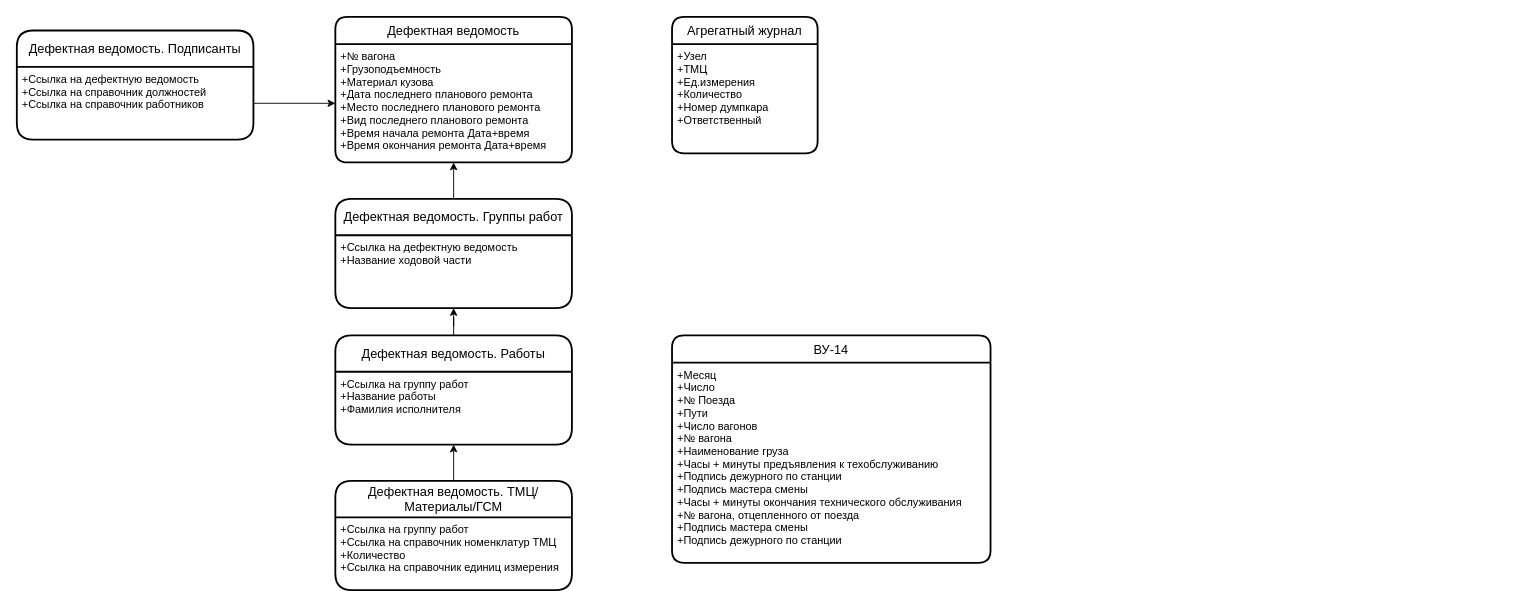
Earlier version of the draw.io diagram Сущности. АГМК.drawio (tvolodi/abitech). Source tidied: cells renumbered, new cells numbered last; positions are measured from the earlier drawing's top-left corner, leaving out a move shared by most shapes. Both pictures are drawn from the tidied source at 91%, with x=0, y=0 at pixel (16, 16).
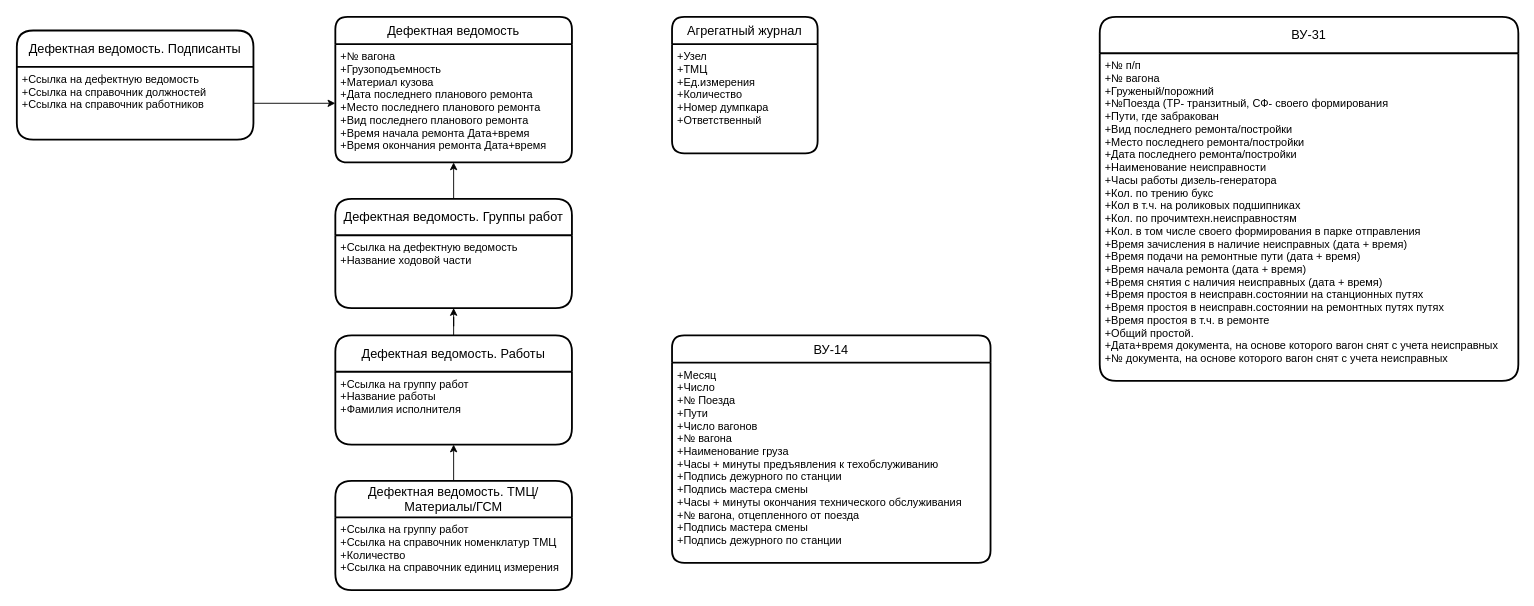
The same diagram, later.

What changed in the source:
```diff
@@
+    <mxCell id="20" value="ВУ-31" style="swimlane;horizontal=1;startSize=40;rounded=1;fontSize=14;fontStyle=0;strokeWidth=2;shadow=0;dashed=0;align=center;whiteSpace=wrap;" parent="1" vertex="1">
+      <mxGeometry x="1190" width="460" height="400" as="geometry" />
+    </mxCell>
+    <mxCell id="21" value="+№ п/п&#10;+№ вагона&#10;+Груженый/порожний&#10;+№Поезда (ТР- транзитный, СФ- своего формирования&#10;+Пути, где забракован&#10;+Вид последнего ремонта/постройки&#10;+Место последнего ремонта/постройки&#10;+Дата последнего ремонта/постройки&#10;+Наименование неисправности&#10;+Часы работы дизель-генератора&#10;+Кол. по трению букс&#10;+Кол в т.ч. на роликовых подшипниках&#10;+Кол. по прочимтехн.неисправностям&#10;+Кол. в том числе своего формирования в парке отправления&#10;+Время зачисления в наличие неисправных (дата + время)&#10;+Время подачи на ремонтные пути (дата + время)&#10;+Время начала ремонта (дата + время)&#10;+Время снятия с наличия неисправных (дата + время)&#10;+Время простоя в неисправн.состоянии на станционных путях&#10;+Время простоя в неисправн.состоянии на ремонтных путях путях&#10;+Время простоя в т.ч. в ремонте&#10;+Общий простой.&#10;+Дата+время документа, на основе которого вагон снят с учета неисправных&#10;+№ документа, на основе которого вагон снят с учета неисправных&#10;" style="align=left;strokeColor=none;fillColor=none;spacingLeft=4;fontSize=12;verticalAlign=top;" parent="20" vertex="1">
+      <mxGeometry y="40" width="460" height="360" as="geometry" />
+    </mxCell>
```
